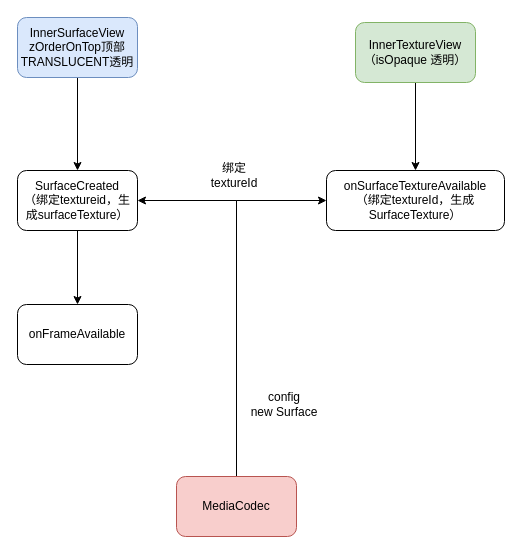
This is page "Page-7" (7 of 7) of Combo不被打断.drawio from cangwang/news, a draw.io file, before an edit. Source tidied: cells renumbered, new cells numbered last; positions are measured from the earlier drawing's top-left corner, leaving out a move shared by most shapes. Both pictures are drawn from the tidied source at 100%, with x=0, y=0 at pixel (17, 17).
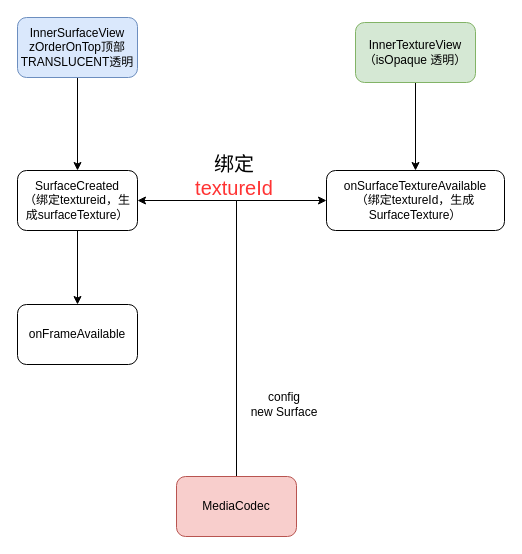
Above is the later version.

What changed in the source:
```diff
@@
 <mxGraphModel>
   <root>
     <mxCell id="0" />
     <mxCell id="1" parent="0" />
     <mxCell id="2" style="edgeStyle=orthogonalEdgeStyle;rounded=0;jettySize=auto;html=1;exitX=0.5;exitY=1;exitDx=0;exitDy=0;" parent="1" edge="1" source="3" target="9">
       <mxGeometry relative="1" as="geometry" />
     </mxCell>
     <mxCell id="3" value="SurfaceCreated&lt;br&gt;（绑定textureid，生成surfaceTexture）" style="rounded=1;whiteSpace=wrap;html=1;" parent="1" vertex="1">
       <mxGeometry y="153" width="120" height="60" as="geometry" />
     </mxCell>
     <mxCell id="4" style="edgeStyle=orthogonalEdgeStyle;rounded=0;jettySize=auto;html=1;exitX=0.5;exitY=1;exitDx=0;exitDy=0;" parent="1" edge="1" source="5" target="3">
       <mxGeometry relative="1" as="geometry" />
     </mxCell>
     <mxCell id="5" value="InnerSurfaceView&lt;br&gt;zOrderOnTop顶部&lt;br&gt;TRANSLUCENT透明" style="rounded=1;whiteSpace=wrap;html=1;fillColor=#dae8fc;strokeColor=#6c8ebf;" parent="1" vertex="1">
       <mxGeometry width="120" height="60" as="geometry" />
     </mxCell>
     <mxCell id="6" value="onSurfaceTextureAvailable&lt;br&gt;（绑定textureId，生成SurfaceTexture）" style="rounded=1;whiteSpace=wrap;html=1;" parent="1" vertex="1">
       <mxGeometry x="309" y="153" width="178" height="60" as="geometry" />
     </mxCell>
     <mxCell id="7" style="edgeStyle=orthogonalEdgeStyle;rounded=0;jettySize=auto;html=1;exitX=0.5;exitY=1;exitDx=0;exitDy=0;" parent="1" edge="1" source="8" target="6">
       <mxGeometry relative="1" as="geometry" />
     </mxCell>
     <mxCell id="8" value="InnerTextureView&lt;br&gt;（isOpaque 透明）" style="rounded=1;whiteSpace=wrap;html=1;fillColor=#d5e8d4;strokeColor=#82b366;" parent="1" vertex="1">
       <mxGeometry x="338" y="5" width="120" height="60" as="geometry" />
     </mxCell>
     <mxCell id="9" value="onFrameAvailable" style="rounded=1;whiteSpace=wrap;html=1;" parent="1" vertex="1">
       <mxGeometry y="287" width="120" height="60" as="geometry" />
     </mxCell>
     <mxCell id="10" style="edgeStyle=orthogonalEdgeStyle;rounded=0;jettySize=auto;html=1;exitX=0.5;exitY=0;exitDx=0;exitDy=0;entryX=1;entryY=0.5;entryDx=0;entryDy=0;" parent="1" edge="1" source="12" target="3">
       <mxGeometry relative="1" as="geometry" />
     </mxCell>
     <mxCell id="11" style="edgeStyle=orthogonalEdgeStyle;rounded=0;jettySize=auto;html=1;exitX=0.5;exitY=0;exitDx=0;exitDy=0;entryX=0;entryY=0.5;entryDx=0;entryDy=0;" parent="1" edge="1" source="12" target="6">
       <mxGeometry relative="1" as="geometry" />
     </mxCell>
     <mxCell id="12" value="MediaCodec" style="rounded=1;whiteSpace=wrap;html=1;fillColor=#f8cecc;strokeColor=#b85450;" parent="1" vertex="1">
       <mxGeometry x="159" y="459" width="120" height="60" as="geometry" />
     </mxCell>
-    <mxCell id="13" value="绑定textureId" style="text;html=1;strokeColor=none;fillColor=none;align=center;verticalAlign=middle;whiteSpace=wrap;rounded=0;" parent="1" vertex="1">
+    <mxCell id="13" value="&lt;font style=&quot;font-size: 20px;&quot;&gt;绑定&lt;font color=&quot;#ff3333&quot;&gt;textureId&lt;/font&gt;&lt;/font&gt;" style="text;html=1;align=center;verticalAlign=middle;whiteSpace=wrap;rounded=0;" parent="1" vertex="1">
       <mxGeometry x="187" y="143" width="60" height="30" as="geometry" />
     </mxCell>
     <mxCell id="14" value="config&lt;br&gt;new Surface" style="text;html=1;strokeColor=none;fillColor=none;align=center;verticalAlign=middle;whiteSpace=wrap;rounded=0;" parent="1" vertex="1">
       <mxGeometry x="223" y="372" width="88" height="30" as="geometry" />
     </mxCell>
   </root>
 </mxGraphModel>
```
